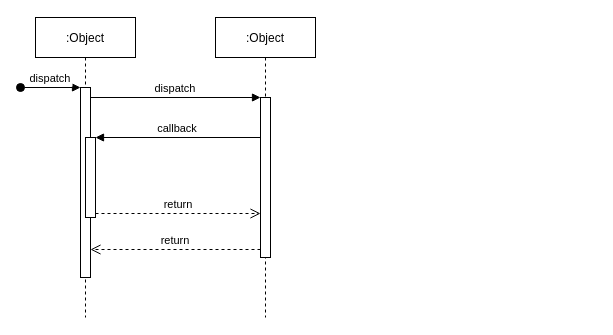
Before: sequence_diagram.drawio in simplesoft-duongdt3/diagrams, a draw.io diagram. Source tidied: cells renumbered, new cells numbered last; positions are measured from the earlier drawing's top-left corner, leaving out a move shared by most shapes. Both pictures are drawn from the tidied source at 100%, with x=0, y=0 at pixel (20, 17).
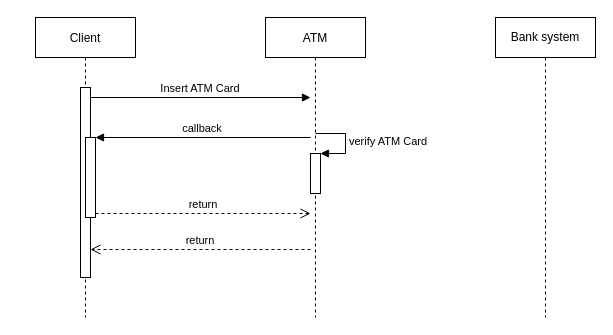
The same page after the edit.

Diff of the diagram source:
```diff
@@
 <mxGraphModel>
   <root>
     <mxCell id="0" />
     <mxCell id="1" parent="0" />
-    <mxCell id="2" value=":Object" style="shape=umlLifeline;perimeter=lifelinePerimeter;rounded=0;shadow=0;strokeWidth=1;" parent="1" vertex="1">
+    <mxCell id="2" value="Client" style="shape=umlLifeline;perimeter=lifelinePerimeter;rounded=0;shadow=0;strokeWidth=1;" parent="1" vertex="1">
       <mxGeometry x="15" width="100" height="300" as="geometry" />
     </mxCell>
     <mxCell id="3" style="points=[];perimeter=orthogonalPerimeter;rounded=0;shadow=0;strokeWidth=1;" parent="2" vertex="1">
       <mxGeometry x="45" y="70" width="10" height="190" as="geometry" />
     </mxCell>
-    <mxCell id="4" value="dispatch" style="verticalAlign=bottom;startArrow=oval;endArrow=block;startSize=8;shadow=0;strokeWidth=1;" parent="2" edge="1" target="3">
-      <mxGeometry relative="1" as="geometry">
-        <mxPoint x="-15" y="70" as="sourcePoint" />
-      </mxGeometry>
-    </mxCell>
     <mxCell id="5" style="points=[];perimeter=orthogonalPerimeter;rounded=0;shadow=0;strokeWidth=1;" parent="2" vertex="1">
       <mxGeometry x="50" y="120" width="10" height="80" as="geometry" />
     </mxCell>
-    <mxCell id="6" value=":Object" style="shape=umlLifeline;perimeter=lifelinePerimeter;rounded=0;shadow=0;strokeWidth=1;" parent="1" vertex="1">
-      <mxGeometry x="195" width="100" height="300" as="geometry" />
+    <mxCell id="6" value="ATM" style="shape=umlLifeline;perimeter=lifelinePerimeter;rounded=0;shadow=0;strokeWidth=1;" parent="1" vertex="1">
+      <mxGeometry x="245" width="100" height="300" as="geometry" />
     </mxCell>
-    <mxCell id="7" style="points=[];perimeter=orthogonalPerimeter;rounded=0;shadow=0;strokeWidth=1;" parent="6" vertex="1">
-      <mxGeometry x="45" y="80" width="10" height="160" as="geometry" />
-    </mxCell>
+    <mxCell id="12" style="html=1;points=[];perimeter=orthogonalPerimeter;" parent="6" vertex="1">
+      <mxGeometry x="45" y="136" width="10" height="40" as="geometry" />
+    </mxCell>
+    <mxCell id="13" value="verify ATM Card" style="edgeStyle=orthogonalEdgeStyle;html=1;align=left;spacingLeft=2;endArrow=block;rounded=0;entryX=1;entryY=0;" parent="6" edge="1" target="12">
+      <mxGeometry relative="1" as="geometry">
+        <mxPoint x="50" y="116" as="sourcePoint" />
+        <Array as="points">
+          <mxPoint x="80" y="116" />
+        </Array>
+      </mxGeometry>
+    </mxCell>
-    <mxCell id="8" value="return" style="verticalAlign=bottom;endArrow=open;dashed=1;endSize=8;exitX=0;exitY=0.95;shadow=0;strokeWidth=1;" parent="1" edge="1" source="7" target="3">
-      <mxGeometry relative="1" as="geometry" />
+    <mxCell id="8" value="return" style="verticalAlign=bottom;endArrow=open;dashed=1;endSize=8;exitX=0;exitY=0.95;shadow=0;strokeWidth=1;" parent="1" edge="1" target="3">
+      <mxGeometry relative="1" as="geometry">
+        <mxPoint x="290" y="232" as="sourcePoint" />
+      </mxGeometry>
     </mxCell>
-    <mxCell id="9" value="dispatch" style="verticalAlign=bottom;endArrow=block;entryX=0;entryY=0;shadow=0;strokeWidth=1;" parent="1" edge="1" source="3" target="7">
-      <mxGeometry relative="1" as="geometry" />
+    <mxCell id="9" value="Insert ATM Card" style="verticalAlign=bottom;endArrow=block;entryX=0;entryY=0;shadow=0;strokeWidth=1;" parent="1" edge="1" source="3">
+      <mxGeometry relative="1" as="geometry">
+        <mxPoint x="290" y="80" as="targetPoint" />
+      </mxGeometry>
     </mxCell>
-    <mxCell id="10" value="callback" style="verticalAlign=bottom;endArrow=block;entryX=1;entryY=0;shadow=0;strokeWidth=1;" parent="1" edge="1" source="7" target="5">
-      <mxGeometry relative="1" as="geometry" />
+    <mxCell id="10" value="callback" style="verticalAlign=bottom;endArrow=block;entryX=1;entryY=0;shadow=0;strokeWidth=1;" parent="1" edge="1" target="5">
+      <mxGeometry relative="1" as="geometry">
+        <mxPoint x="290" y="120" as="sourcePoint" />
+      </mxGeometry>
     </mxCell>
-    <mxCell id="11" value="return" style="verticalAlign=bottom;endArrow=open;dashed=1;endSize=8;exitX=1;exitY=0.95;shadow=0;strokeWidth=1;" parent="1" edge="1" source="5" target="7">
-      <mxGeometry relative="1" as="geometry" />
+    <mxCell id="11" value="return" style="verticalAlign=bottom;endArrow=open;dashed=1;endSize=8;exitX=1;exitY=0.95;shadow=0;strokeWidth=1;" parent="1" edge="1" source="5">
+      <mxGeometry relative="1" as="geometry">
+        <mxPoint x="290" y="196" as="targetPoint" />
+      </mxGeometry>
     </mxCell>
+    <mxCell id="14" value="Bank system" style="shape=umlLifeline;perimeter=lifelinePerimeter;whiteSpace=wrap;html=1;" parent="1" vertex="1">
+      <mxGeometry x="475" width="100" height="300" as="geometry" />
+    </mxCell>
   </root>
 </mxGraphModel>
```
